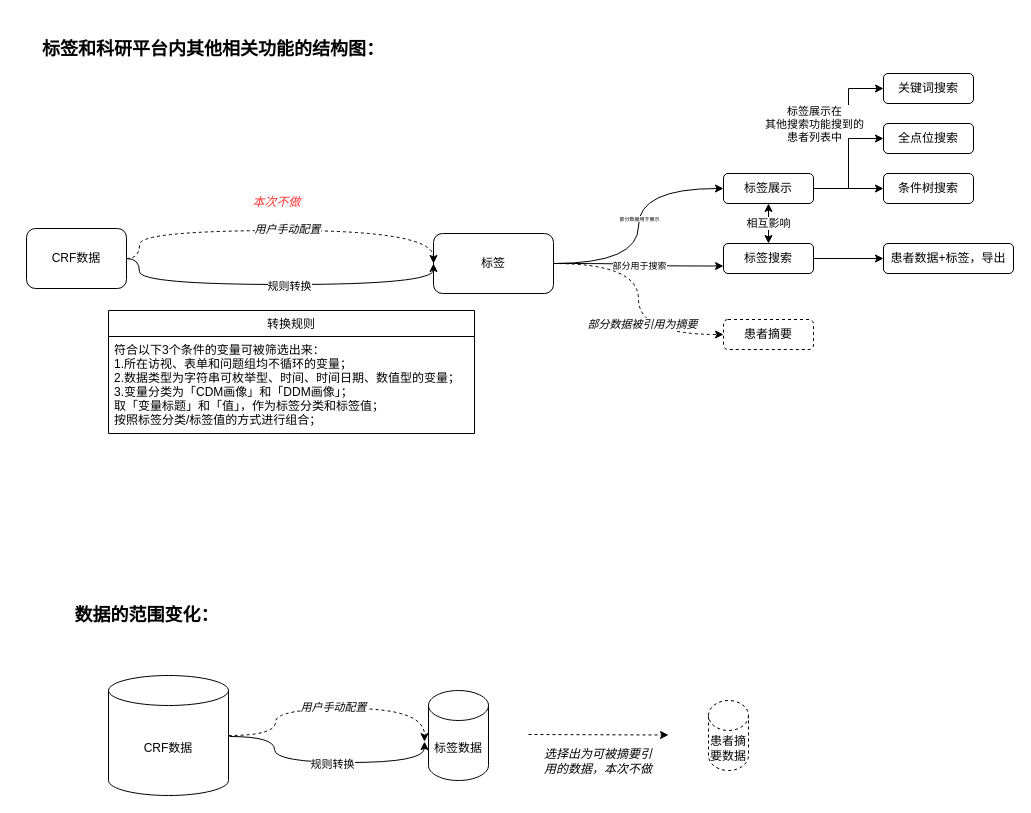
Before: 系统关系.drawio in ElsaTravel/hello-world, a draw.io diagram. Source tidied: cells renumbered, new cells numbered last; positions are measured from the earlier drawing's top-left corner, leaving out a move shared by most shapes. Both pictures are drawn from the tidied source at 100%, with x=0, y=0 at pixel (18, 37).
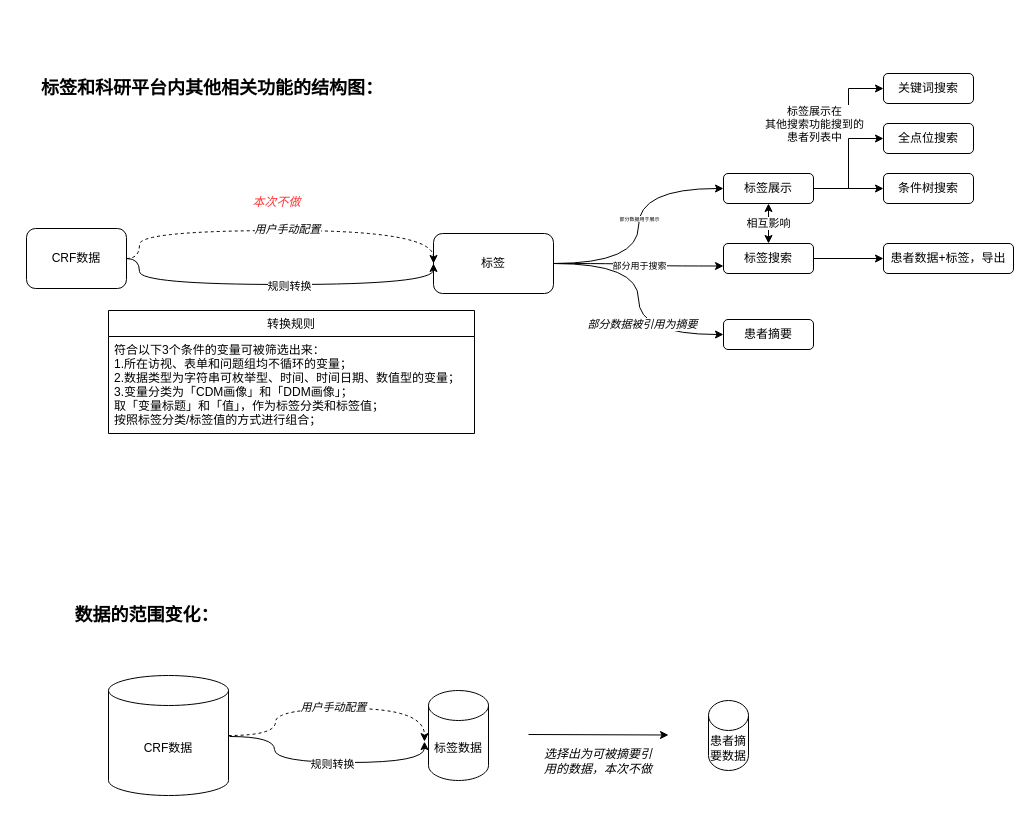
After the change.

Commit message:
更新系统关系.drawio

Unchanged cells that the change refers to:
```xml
<mxCell id="10" value="标签" style="rounded=1;whiteSpace=wrap;html=1;" parent="1" vertex="1">
  <mxGeometry x="415" y="196" width="120" height="60" as="geometry" />
</mxCell>
```

The edit, as a diff of the source:
```diff
@@
-    <mxCell id="2" style="endArrow=classic;html=1;dashed=1;" parent="1" edge="1">
+    <mxCell id="2" style="endArrow=classic;html=1;" parent="1" edge="1">
       <mxGeometry relative="1" as="geometry">
         <mxPoint x="510" y="697" as="sourcePoint" />
         <mxPoint x="650" y="697.5" as="targetPoint" />
       </mxGeometry>
     </mxCell>
@@
-    <mxCell id="8" style="edgeStyle=orthogonalEdgeStyle;curved=1;rounded=0;jettySize=auto;html=1;exitX=1;exitY=0.5;exitDx=0;exitDy=0;entryX=0;entryY=0.5;entryDx=0;entryDy=0;dashed=1;" parent="1" edge="1" source="10" target="28">
+    <mxCell id="8" style="edgeStyle=orthogonalEdgeStyle;curved=1;rounded=0;jettySize=auto;html=1;exitX=1;exitY=0.5;exitDx=0;exitDy=0;entryX=0;entryY=0.5;entryDx=0;entryDy=0;" parent="1" edge="1" source="10" target="28">
       <mxGeometry relative="1" as="geometry" />
     </mxCell>
@@
-    <mxCell id="13" value="患者摘要数据" style="shape=cylinder3;whiteSpace=wrap;html=1;boundedLbl=1;backgroundOutline=1;size=15;dashed=1;" parent="1" vertex="1">
+    <mxCell id="13" value="患者摘要数据" style="shape=cylinder3;whiteSpace=wrap;html=1;boundedLbl=1;backgroundOutline=1;size=15;" parent="1" vertex="1">
       <mxGeometry x="690" y="663" width="40" height="70" as="geometry" />
     </mxCell>
@@
-    <mxCell id="28" value="患者摘要" style="rounded=1;whiteSpace=wrap;html=1;dashed=1;" parent="1" vertex="1">
+    <mxCell id="28" value="患者摘要" style="rounded=1;whiteSpace=wrap;html=1;" parent="1" vertex="1">
       <mxGeometry x="705" y="282" width="90" height="30" as="geometry" />
     </mxCell>
@@
     <mxCell id="36" value="&lt;h1&gt;&lt;font style=&quot;font-size: 18px&quot;&gt;标签和科研平台内其他相关功能的结构图：&lt;/font&gt;&lt;/h1&gt;" style="text;html=1;strokeColor=none;fillColor=none;align=center;verticalAlign=middle;whiteSpace=wrap;rounded=0;" parent="1" vertex="1">
-      <mxGeometry width="390" height="20" as="geometry" />
+      <mxGeometry x="-1" y="39" width="390" height="20" as="geometry" />
     </mxCell>
```
